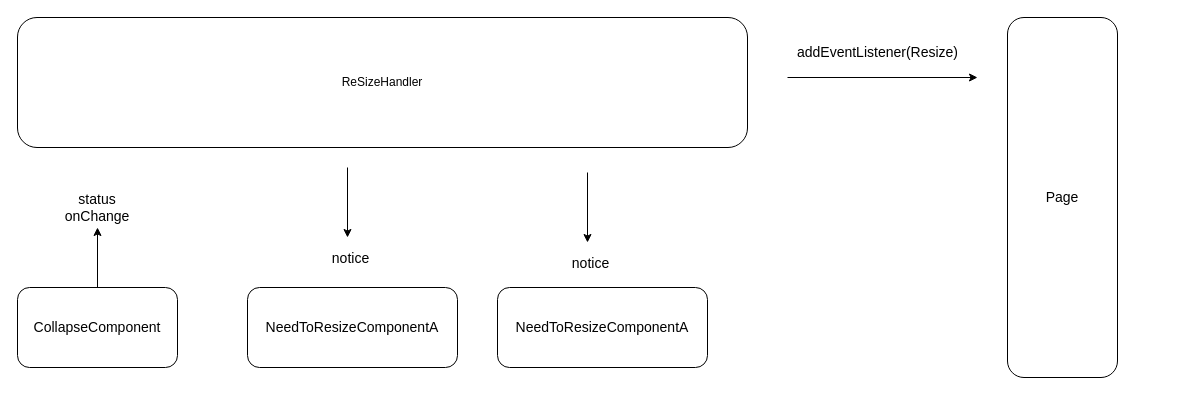
The draw.io diagram 未命名绘图.drawio in oraclexudehua/UML, before the edit. Source tidied: cells renumbered, new cells numbered last; positions are measured from the earlier drawing's top-left corner, leaving out a move shared by most shapes. Both pictures are drawn from the tidied source at 100%, with x=0, y=0 at pixel (17, 17).
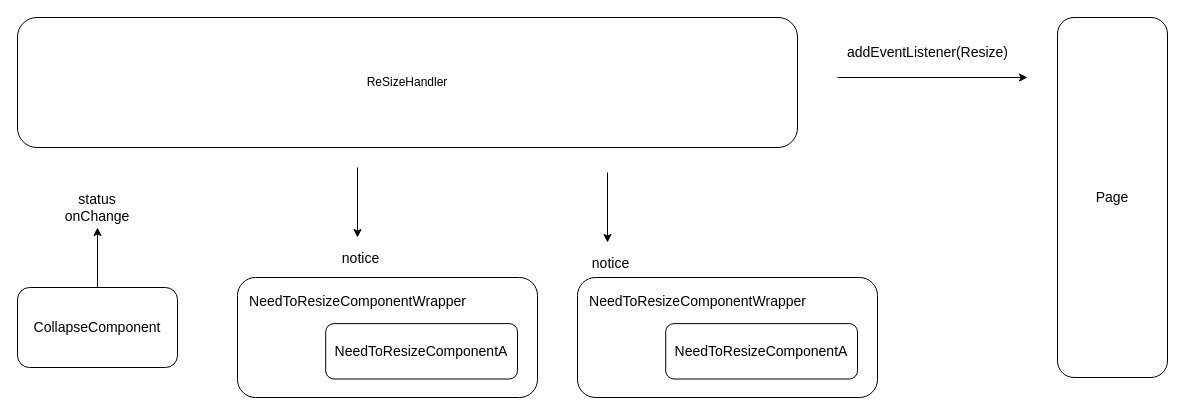
The same diagram, later.

Commit message (it also covers changes not shown here):
更新未命名绘图.drawio

What changed in the source:
```diff
@@
     <mxCell id="2" value="ReSizeHandler" style="rounded=1;whiteSpace=wrap;html=1;" parent="1" vertex="1">
-      <mxGeometry width="730" height="130" as="geometry" />
+      <mxGeometry width="780" height="130" as="geometry" />
     </mxCell>
@@
-    <mxCell id="6" value="NeedToResizeComponentA" style="rounded=1;whiteSpace=wrap;html=1;fontSize=14;" parent="1" vertex="1">
-      <mxGeometry x="230" y="270" width="210" height="80" as="geometry" />
-    </mxCell>
-    <mxCell id="7" value="NeedToResizeComponentA" style="rounded=1;whiteSpace=wrap;html=1;fontSize=14;" parent="1" vertex="1">
-      <mxGeometry x="480" y="270" width="210" height="80" as="geometry" />
-    </mxCell>
     <mxCell id="8" style="endArrow=classic;html=1;rounded=0;fontSize=14;" parent="1" edge="1">
       <mxGeometry relative="1" as="geometry">
-        <mxPoint x="330" y="150" as="sourcePoint" />
-        <mxPoint x="330" y="220" as="targetPoint" />
+        <mxPoint x="340" y="150" as="sourcePoint" />
+        <mxPoint x="340" y="220" as="targetPoint" />
       </mxGeometry>
     </mxCell>
@@
     <mxCell id="10" style="endArrow=classic;html=1;rounded=0;fontSize=14;" parent="1" edge="1">
       <mxGeometry relative="1" as="geometry">
-        <mxPoint x="570" y="155" as="sourcePoint" />
-        <mxPoint x="570" y="225" as="targetPoint" />
+        <mxPoint x="590" y="155" as="sourcePoint" />
+        <mxPoint x="590" y="225" as="targetPoint" />
       </mxGeometry>
     </mxCell>
@@
     <mxCell id="12" value="Page" style="rounded=1;whiteSpace=wrap;html=1;fontSize=14;" parent="1" vertex="1">
-      <mxGeometry x="990" width="110" height="360" as="geometry" />
+      <mxGeometry x="1040" width="110" height="360" as="geometry" />
     </mxCell>
     <mxCell id="13" style="endArrow=classic;html=1;rounded=0;fontSize=14;" parent="1" edge="1">
       <mxGeometry relative="1" as="geometry">
-        <mxPoint x="770" y="60" as="sourcePoint" />
-        <mxPoint x="960" y="60" as="targetPoint" />
+        <mxPoint x="820" y="60" as="sourcePoint" />
+        <mxPoint x="1010" y="60" as="targetPoint" />
       </mxGeometry>
     </mxCell>
     <mxCell id="14" value="addEventListener(Resize)" style="text;html=1;align=center;verticalAlign=middle;strokeColor=none;fillColor=none;fontSize=14;" parent="1" vertex="1">
-      <mxGeometry x="770" y="20" width="180" height="30" as="geometry" />
+      <mxGeometry x="820" y="20" width="180" height="30" as="geometry" />
     </mxCell>
+    <mxCell id="15" style="group;" parent="1" vertex="1">
+      <mxGeometry x="220" y="260" width="300" height="120" as="geometry" />
+    </mxCell>
+    <mxCell id="16" value="&lt;p style=&quot;line-height: 100%;&quot;&gt;&lt;br&gt;&lt;/p&gt;" style="rounded=1;whiteSpace=wrap;html=1;fontSize=14;align=left;" parent="15" vertex="1">
+      <mxGeometry width="300" height="120" as="geometry" />
+    </mxCell>
+    <mxCell id="17" value="&lt;span style=&quot;text-align: left;&quot;&gt;NeedToResizeComponentWrapper&lt;/span&gt;" style="text;html=1;strokeColor=none;fillColor=none;align=center;verticalAlign=middle;whiteSpace=wrap;rounded=0;fontSize=14;" parent="15" vertex="1">
+      <mxGeometry x="94" y="10" width="52.9" height="27.7" as="geometry" />
+    </mxCell>
+    <mxCell id="6" value="NeedToResizeComponentA" style="rounded=1;whiteSpace=wrap;html=1;fontSize=14;" parent="15" vertex="1">
+      <mxGeometry x="88.2" y="46.1" width="191.8" height="55.4" as="geometry" />
+    </mxCell>
+    <mxCell id="18" style="group;" parent="1" vertex="1">
+      <mxGeometry x="560" y="260" width="300" height="120" as="geometry" />
+    </mxCell>
+    <mxCell id="19" value="&lt;p style=&quot;line-height: 100%;&quot;&gt;&lt;br&gt;&lt;/p&gt;" style="rounded=1;whiteSpace=wrap;html=1;fontSize=14;align=left;" parent="18" vertex="1">
+      <mxGeometry width="300" height="120" as="geometry" />
+    </mxCell>
+    <mxCell id="20" value="&lt;span style=&quot;text-align: left;&quot;&gt;NeedToResizeComponentWrapper&lt;/span&gt;" style="text;html=1;strokeColor=none;fillColor=none;align=center;verticalAlign=middle;whiteSpace=wrap;rounded=0;fontSize=14;" parent="18" vertex="1">
+      <mxGeometry x="94" y="10" width="52.9" height="27.7" as="geometry" />
+    </mxCell>
+    <mxCell id="7" value="NeedToResizeComponentA" style="rounded=1;whiteSpace=wrap;html=1;fontSize=14;" parent="18" vertex="1">
+      <mxGeometry x="88.2" y="46.1" width="191.8" height="55.4" as="geometry" />
+    </mxCell>
```
